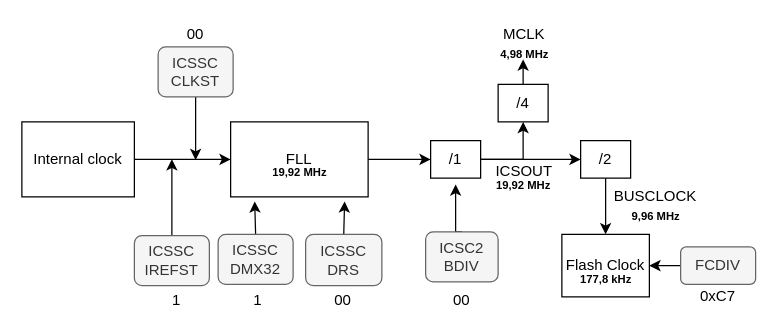
This is Images/Diagram_clock.drawio from GautierDev31/MCF51AG128_Bootloader_SPI, a draw.io file, before an edit. Source tidied: cells renumbered, new cells numbered last; positions are measured from the earlier drawing's top-left corner, leaving out a move shared by most shapes. Both pictures are drawn from the tidied source at 125%, with x=0, y=0 at pixel (21, 21).
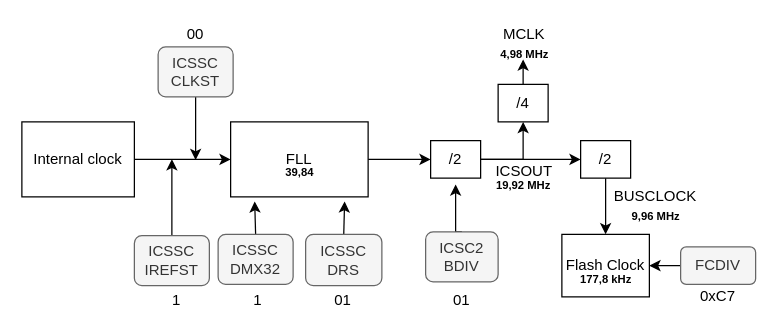
After the change.

Commit message (it also covers changes not shown here):
change clock diagram

Change to the diagram source:
```diff
@@
-    <mxCell id="8" value="/1" style="rounded=0;whiteSpace=wrap;html=1;" parent="1" vertex="1">
+    <mxCell id="8" value="/2" style="rounded=0;whiteSpace=wrap;html=1;" parent="1" vertex="1">
       <mxGeometry x="327" y="95" width="40" height="30" as="geometry" />
     </mxCell>
@@
-    <mxCell id="26" value="00" style="text;html=1;strokeColor=none;fillColor=none;align=center;verticalAlign=middle;whiteSpace=wrap;rounded=0;" parent="1" vertex="1">
+    <mxCell id="26" value="01" style="text;html=1;strokeColor=none;fillColor=none;align=center;verticalAlign=middle;whiteSpace=wrap;rounded=0;" parent="1" vertex="1">
       <mxGeometry x="237" y="213" width="40" height="20" as="geometry" />
     </mxCell>
-    <mxCell id="27" value="00" style="text;html=1;strokeColor=none;fillColor=none;align=center;verticalAlign=middle;whiteSpace=wrap;rounded=0;" parent="1" vertex="1">
+    <mxCell id="27" value="01" style="text;html=1;strokeColor=none;fillColor=none;align=center;verticalAlign=middle;whiteSpace=wrap;rounded=0;" parent="1" vertex="1">
       <mxGeometry x="332" y="213" width="40" height="20" as="geometry" />
     </mxCell>
@@
-    <mxCell id="29" value="&lt;b&gt;&lt;font style=&quot;font-size: 9px&quot;&gt;19,92 MHz&lt;/font&gt;&lt;/b&gt;" style="text;html=1;strokeColor=none;fillColor=none;align=center;verticalAlign=middle;whiteSpace=wrap;rounded=0;" parent="1" vertex="1">
+    <mxCell id="29" value="&lt;b&gt;&lt;font style=&quot;font-size: 9px&quot;&gt;39,84&lt;/font&gt;&lt;/b&gt;" style="text;html=1;strokeColor=none;fillColor=none;align=center;verticalAlign=middle;whiteSpace=wrap;rounded=0;" parent="1" vertex="1">
       <mxGeometry x="194.5" y="115" width="55" height="10" as="geometry" />
     </mxCell>
```
